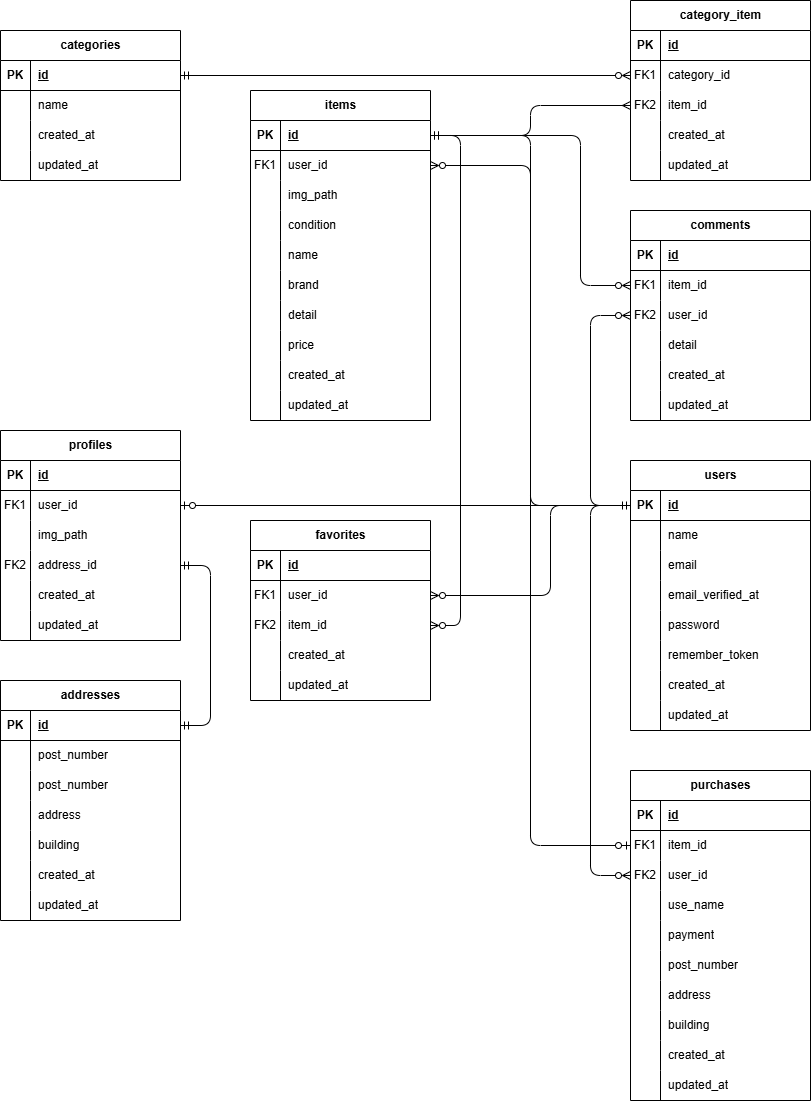
Above: ER.drawio.png in kasahara-dev/kasahara-mogi1 (draw.io), before the change. Source tidied: cells renumbered, new cells last; positions are measured from the earlier drawing's top-left corner, leaving out a move shared by most shapes.
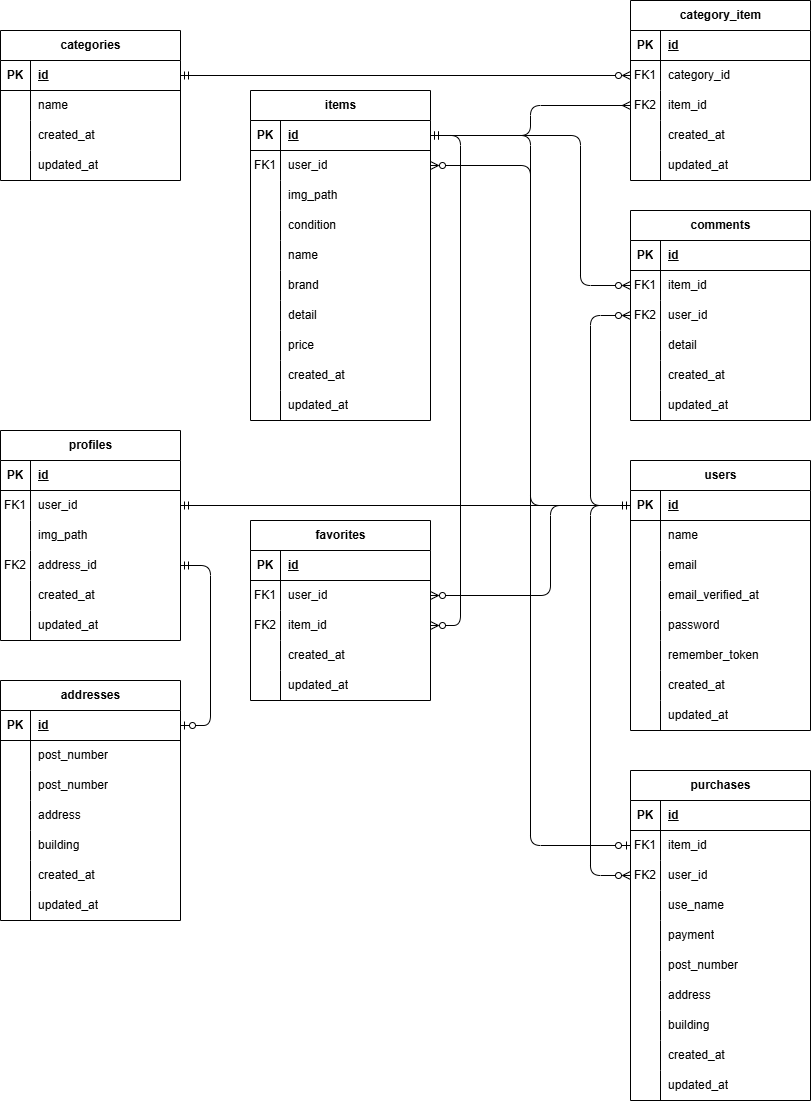
After the commit.

Change to the diagram source:
```diff
@@ -134,7 +134,7 @@
     <mxCell id="45" value="updated_at" style="shape=partialRectangle;fillColor=none;top=0;left=0;bottom=0;right=0;align=left;spacingLeft=6;overflow=hidden;whiteSpace=wrap;html=1;" parent="43" vertex="1">
       <mxGeometry x="30" width="150" height="30" as="geometry" />
     </mxCell>
-    <mxCell id="46" style="edgeStyle=none;html=1;exitX=0;exitY=0.5;exitDx=0;exitDy=0;entryX=1;entryY=0.5;entryDx=0;entryDy=0;startArrow=none;startFill=0;endArrow=ERzeroToOne;endFill=0;" parent="1" edge="1" source="22" target="6">
+    <mxCell id="46" style="edgeStyle=none;html=1;exitX=0;exitY=0.5;exitDx=0;exitDy=0;entryX=1;entryY=0.5;entryDx=0;entryDy=0;startArrow=none;startFill=0;endArrow=ERmandOne;endFill=0;" parent="1" edge="1" source="22" target="6">
       <mxGeometry relative="1" as="geometry" />
     </mxCell>
     <mxCell id="47" value="items" style="shape=table;startSize=30;rowLines=0;fontStyle=1;align=center;html=1;" parent="1" vertex="1">
@@ -581,7 +581,7 @@
     <mxCell id="194" value="updated_at" style="shape=partialRectangle;fillColor=none;top=0;left=0;bottom=0;right=0;align=left;spacingLeft=6;overflow=hidden;whiteSpace=wrap;html=1;" parent="192" vertex="1">
       <mxGeometry x="30" width="150" height="30" as="geometry" />
     </mxCell>
-    <mxCell id="195" style="html=1;exitX=1;exitY=0.5;exitDx=0;exitDy=0;entryX=1;entryY=0.5;entryDx=0;entryDy=0;startArrow=ERmandOne;startFill=0;endArrow=ERmandOne;endFill=0;edgeStyle=orthogonalEdgeStyle;" parent="1" edge="1" source="12" target="79">
+    <mxCell id="195" style="html=1;exitX=1;exitY=0.5;exitDx=0;exitDy=0;entryX=1;entryY=0.5;entryDx=0;entryDy=0;startArrow=ERmandOne;startFill=0;endArrow=ERzeroToOne;endFill=0;edgeStyle=orthogonalEdgeStyle;" parent="1" edge="1" source="12" target="79">
       <mxGeometry relative="1" as="geometry">
         <Array as="points">
           <mxPoint x="210" y="565" />
```
